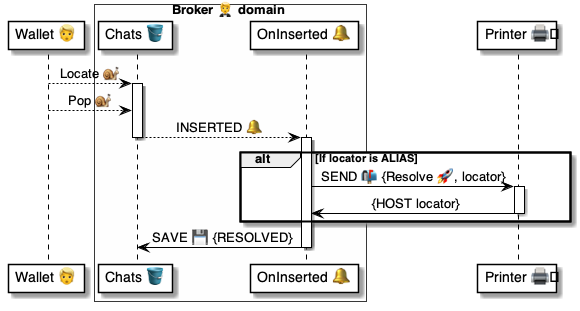
Before: 4 ⚙️ Solution/20 🧑‍🦰 UI/Brokers 🤵/🤵🪣 Broker tables/Chats 💬 table/🪣🔔 1 Inserted/🤵 OnChatInserted ⚙️ uml.png, a diagram exported from PlantUML (pollyweb-org/pollyweb-docs). Its source is kept beside it as 4 ⚙️ Solution/20 🧑‍🦰 UI/Brokers 🤵/🤵🪣 Broker tables/Chats 💬 table/🪣🔔 1 Inserted/🤵 OnChatInserted ⚙️ uml.puml. The source it was exported from:
```plantuml
@startuml OnChatInserted

participant "Wallet 👱" as wallet

box Broker 🤵 domain #FFFFFA
    participant "Chats 🪣" as table
    participant "OnInserted 🔔" as handler
end box

participant "Printer 🖨️" as printer


wallet --> table: Locate 🐌
activate table
    wallet --> table: Pop 🐌
    table --> handler: INSERTED 🔔
deactivate table

activate handler

    alt If locator is ALIAS
        handler -> printer: SEND 📬 {Resolve 🚀, locator}

        activate printer
            printer -> handler: {HOST locator}
        deactivate printer

    end

    handler -> table: SAVE 💾 {RESOLVED}
deactivate handler

@enduml
```
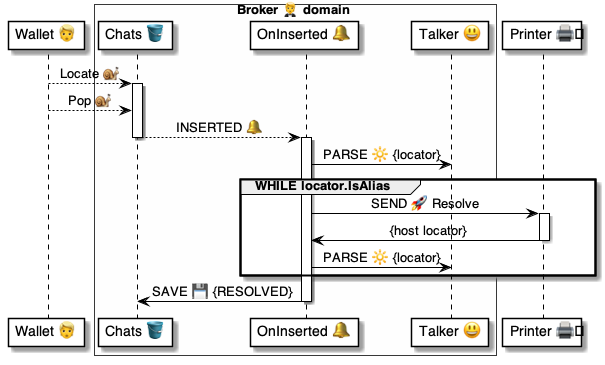
After the commit.

Change to the diagram source:
```diff
@@ -5,6 +5,7 @@
 box Broker 🤵 domain #FFFFFA
     participant "Chats 🪣" as table
     participant "OnInserted 🔔" as handler
+    participant "Talker 😃" as talker
 end box
 
 participant "Printer 🖨️" as printer
@@ -18,14 +19,19 @@
 
 activate handler
 
-    alt If locator is ALIAS
-        handler -> printer: SEND 📬 {Resolve 🚀, locator}
+    handler -> talker: PARSE 🔆 {locator}
+
+    group WHILE locator.IsAlias
+
+        handler -> printer: SEND 🚀 Resolve
 
         activate printer
-            printer -> handler: {HOST locator}
+            printer -> handler: {host locator}
         deactivate printer
 
-    end
+        handler -> talker: PARSE 🔆 {locator}
+
+    end group
 
     handler -> table: SAVE 💾 {RESOLVED}
 deactivate handler
```
